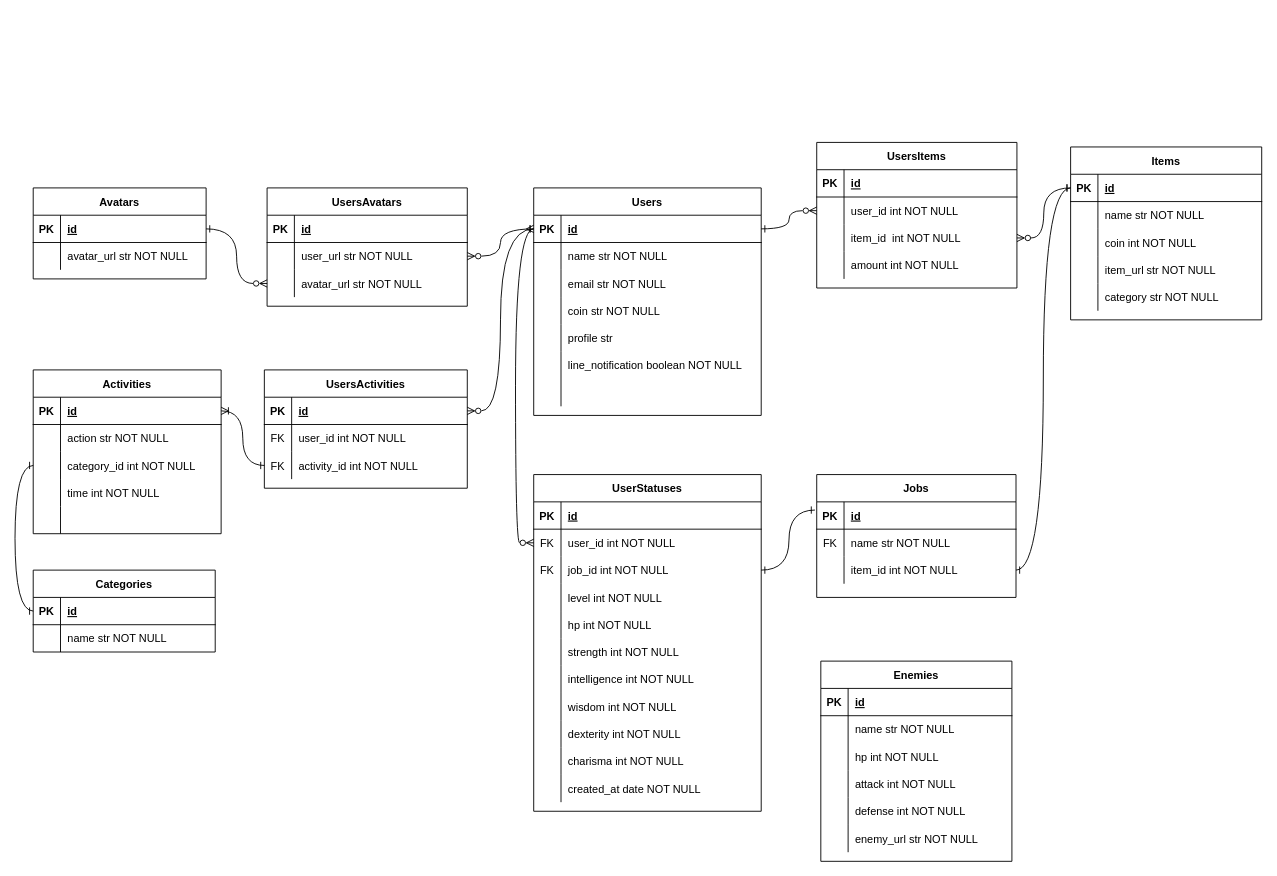
Earlier version of the draw.io diagram MAO_ER.drawio (MaTTalv001/MAO_the_3rd_Day). Source tidied: cells renumbered, new cells numbered last; positions are measured from the earlier drawing's top-left corner, leaving out a move shared by most shapes. Both pictures are drawn from the tidied source at 91%, with x=0, y=0 at pixel (33, 142).
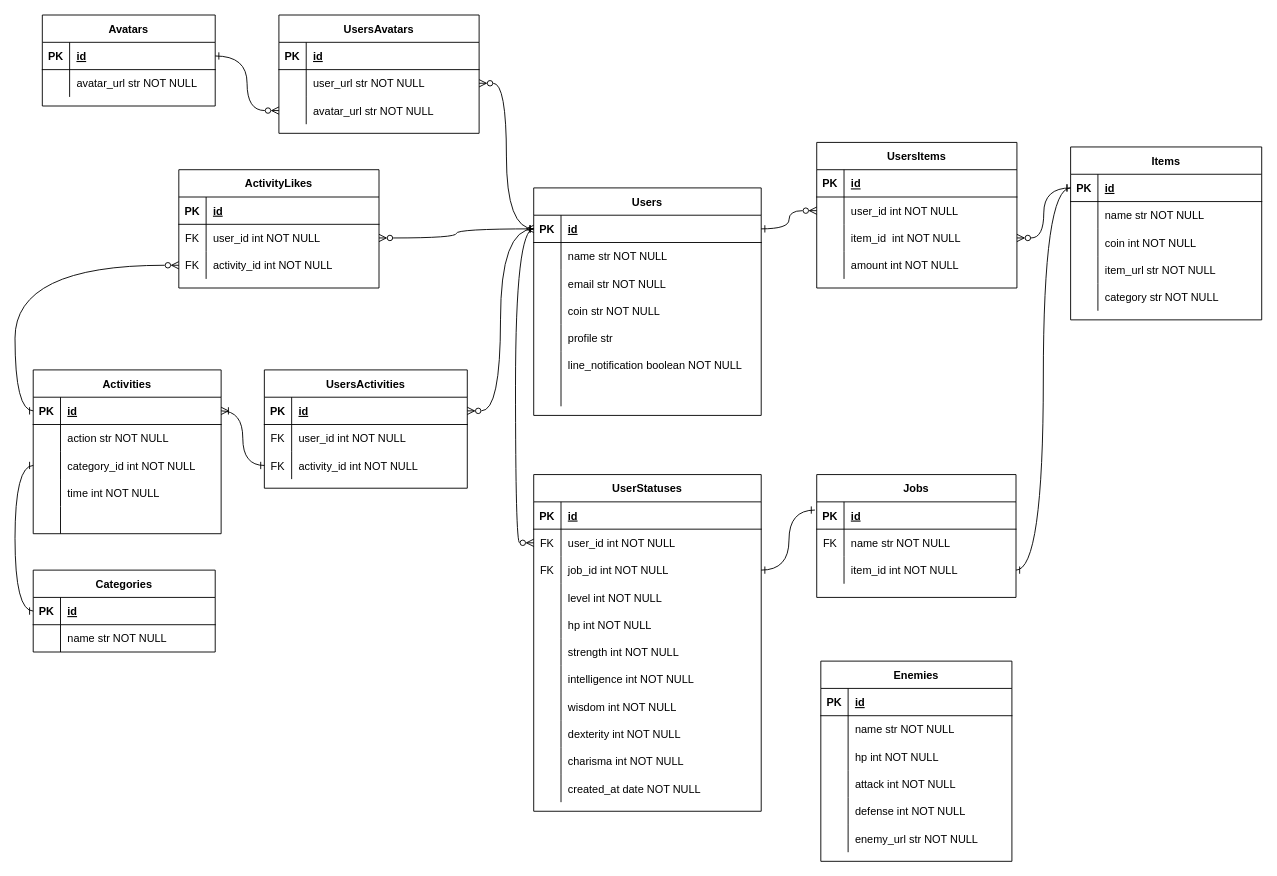
The same page after the edit.

Commit message (it also covers changes not shown here):
MAO_ER.drawio を更新します

The change refers to these unchanged cells:
```xml
<mxCell id="3" style="shape=partialRectangle;fillColor=none;points=[[0,0.5],[1,0.5]];portConstraint=eastwest;top=0;left=0;right=0;bottom=1;" parent="2" vertex="1">
  <mxGeometry y="30" width="250" height="30" as="geometry" />
</mxCell>
<mxCell id="152" style="shape=partialRectangle;fillColor=none;points=[[0,0.5],[1,0.5]];portConstraint=eastwest;top=0;left=0;right=0;bottom=1;" parent="151" vertex="1">
  <mxGeometry y="30" width="206.5" height="30" as="geometry" />
</mxCell>
```

The edit, as a diff of the source:
```diff
@@
     <mxCell id="97" value="Avatars" style="shape=table;startSize=30;childLayout=tableLayout;rowLines=0;fontStyle=1;align=center;" parent="1" vertex="1">
-      <mxGeometry y="50" width="190" height="100" as="geometry" />
+      <mxGeometry x="10" y="-140" width="190" height="100" as="geometry" />
     </mxCell>
@@
     <mxCell id="104" value="UsersAvatars" style="shape=table;startSize=30;childLayout=tableLayout;rowLines=0;fontStyle=1;align=center;" parent="1" vertex="1">
-      <mxGeometry x="257" y="50" width="220" height="130" as="geometry" />
+      <mxGeometry x="270" y="-140" width="220" height="130" as="geometry" />
     </mxCell>
@@
+    <mxCell id="176" value="ActivityLikes" style="shape=table;startSize=30;childLayout=tableLayout;rowLines=0;fontStyle=1;align=center;" parent="1" vertex="1">
+      <mxGeometry x="160" y="30" width="220" height="130" as="geometry" />
+    </mxCell>
+    <mxCell id="177" style="shape=partialRectangle;fillColor=none;top=0;left=0;right=0;bottom=1;" parent="176" vertex="1">
+      <mxGeometry y="30" width="220" height="30" as="geometry" />
+    </mxCell>
+    <mxCell id="178" value="PK" style="shape=partialRectangle;overflow=hidden;fillColor=none;top=0;left=0;bottom=0;right=0;fontStyle=1;" parent="177" vertex="1">
+      <mxGeometry width="30" height="30" as="geometry" />
+    </mxCell>
+    <mxCell id="179" value="id" style="shape=partialRectangle;overflow=hidden;fillColor=none;top=0;left=0;bottom=0;right=0;align=left;spacingLeft=6;fontStyle=5;" parent="177" vertex="1">
+      <mxGeometry x="30" width="190" height="30" as="geometry" />
+    </mxCell>
+    <mxCell id="180" style="shape=partialRectangle;fillColor=none;points=[[0,0.5],[1,0.5]];portConstraint=eastwest;top=0;left=0;right=0;bottom=0;" parent="176" vertex="1">
+      <mxGeometry y="60" width="220" height="30" as="geometry" />
+    </mxCell>
+    <mxCell id="181" value="FK" style="shape=partialRectangle;overflow=hidden;fillColor=none;top=0;left=0;bottom=0;right=0;" parent="180" vertex="1">
+      <mxGeometry width="30" height="30" as="geometry" />
+    </mxCell>
+    <mxCell id="182" value="user_id int NOT NULL" style="shape=partialRectangle;overflow=hidden;fillColor=none;top=0;left=0;bottom=0;right=0;align=left;spacingLeft=6;" parent="180" vertex="1">
+      <mxGeometry x="30" width="190" height="30" as="geometry" />
+    </mxCell>
+    <mxCell id="183" style="shape=partialRectangle;fillColor=none;points=[[0,0.5],[1,0.5]];portConstraint=eastwest;top=0;left=0;right=0;bottom=0;" parent="176" vertex="1">
+      <mxGeometry y="90" width="220" height="30" as="geometry" />
+    </mxCell>
+    <mxCell id="184" value="FK" style="shape=partialRectangle;overflow=hidden;fillColor=none;top=0;left=0;bottom=0;right=0;" parent="183" vertex="1">
+      <mxGeometry width="30" height="30" as="geometry" />
+    </mxCell>
+    <mxCell id="185" value="activity_id int NOT NULL" style="shape=partialRectangle;overflow=hidden;fillColor=none;top=0;left=0;bottom=0;right=0;align=left;spacingLeft=6;" parent="183" vertex="1">
+      <mxGeometry x="30" width="190" height="30" as="geometry" />
+    </mxCell>
+    <mxCell id="186" style="edgeStyle=orthogonalEdgeStyle;rounded=0;jettySize=auto;html=1;exitX=1;exitY=0.5;exitDx=0;exitDy=0;entryX=0;entryY=0.5;entryDx=0;entryDy=0;curved=1;startArrow=ERzeroToMany;startFill=0;endArrow=ERone;endFill=0;" parent="1" edge="1" source="180" target="3">
+      <mxGeometry relative="1" as="geometry" />
+    </mxCell>
+    <mxCell id="187" style="edgeStyle=orthogonalEdgeStyle;rounded=0;jettySize=auto;html=1;exitX=0;exitY=0.5;exitDx=0;exitDy=0;entryX=0;entryY=0.5;entryDx=0;entryDy=0;curved=1;startArrow=ERzeroToMany;startFill=0;endArrow=ERone;endFill=0;" parent="1" edge="1" source="183" target="152">
+      <mxGeometry relative="1" as="geometry" />
+    </mxCell>
```
